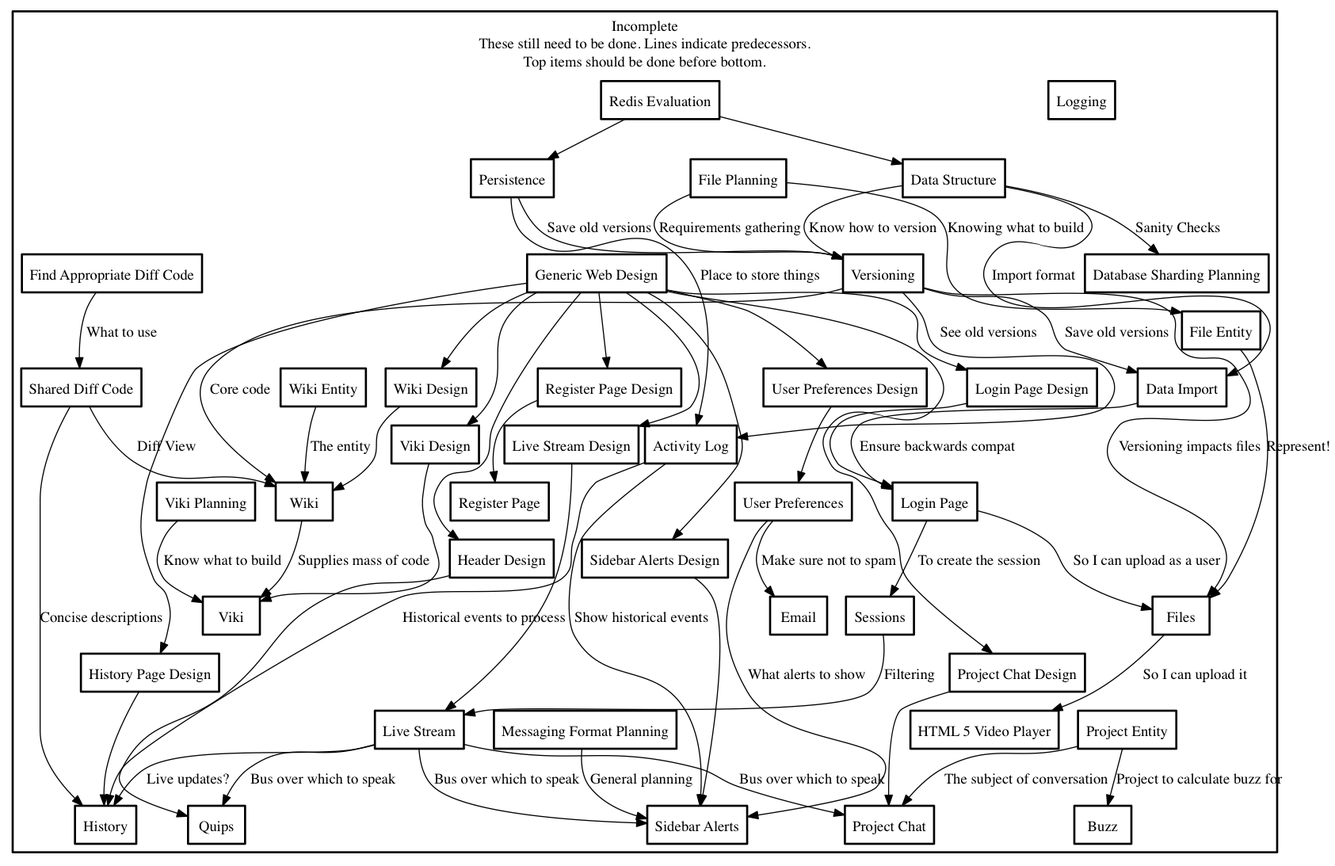
This is needed.png from negativeview/Velour-1.5, a Graphviz export, as it was before one commit. Its source is kept beside it as needed.dot.
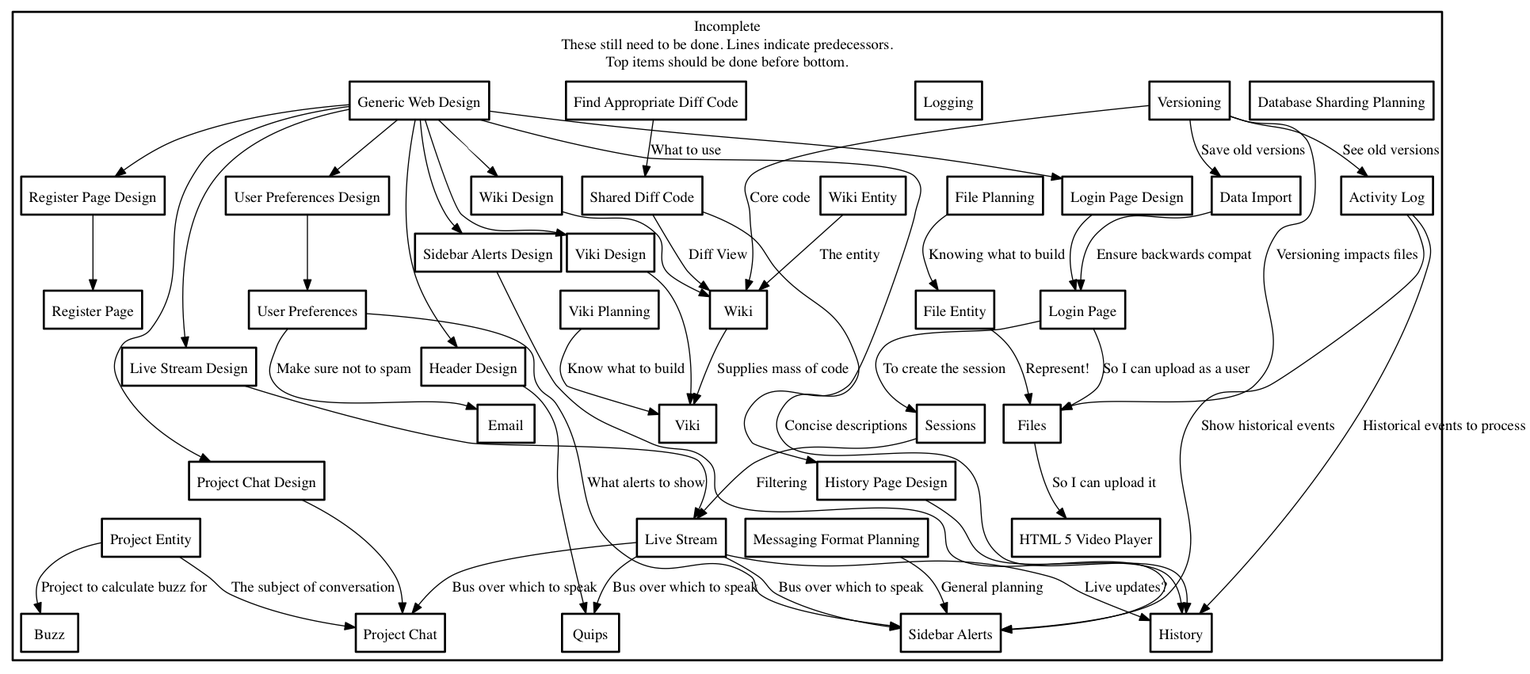
After the change.

Commit message:
Updated style slightly. Updated needed diagram.

Diff of the diagram source:
```diff
@@ -12,7 +12,6 @@
         alert_format_planning [ label="Messaging Format Planning" ];
         buzz [ label="Buzz" ];
         data_import [ label="Data Import" ];
-        data_structure [ label="Data Structure" ];
         database_sharding [ label="Database Sharding Planning" ];
         diff_code [ label="Shared Diff Code"];
         diff_search [ label="Find Appropriate Diff Code"];
@@ -30,11 +29,9 @@
         logging [ label="Logging" ];
         login_page_design [ label = "Login Page Design" ];
         login_page [ label="Login Page" ];
-        persistence [ label="Persistence" ];
         project_chat_design [ label = "Project Chat Design" ];
         project_chat [ label="Project Chat" ];
         project_entity [ label="Project Entity" ];
-        research_redis [ label = "Redis Evaluation" ];
         register_page_design [ label = "Register Page Design" ];
         register_page [ label="Register Page" ];
         sessions [ label="Sessions" ];
@@ -56,15 +53,11 @@
     activity_log->sidebar_alerts [ label = "Show historical events" ];
     alert_format_planning->sidebar_alerts [ label = "General planning" ];
     data_import->login_page [ label = "Ensure backwards compat" ];
-    data_structure->data_import [ label = "Import format" ];
-    data_structure->database_sharding [ label="Sanity Checks" ];
-    data_structure->versioning [ label = "Know how to version" ];
     diff_code->history_tool [ label = "Concise descriptions"];
     diff_code->wiki [ label = "Diff View" ];
     diff_search->diff_code [ label = "What to use"];
     file_entity->files [ label="Represent!" ];
     file_planning->file_entity [ label="Knowing what to build" ];
-    file_planning->versioning [ label = "Requirements gathering" ];
     files->html5_video [ label="So I can upload it" ];
     header_design->header_sayings;
     history_design->history_tool;
@@ -76,13 +69,9 @@
     login_page_design->login_page;
     login_page->files [ label="So I can upload as a user" ];
     login_page->sessions [ label = "To create the session" ];
-    persistence->activity_log [ label="Place to store things" ];
-    persistence->versioning [ label="Save old versions" ];
     project_chat_design->project_chat;
     project_entity->buzz [ label = "Project to calculate buzz for" ];
     project_entity->project_chat [ label = "The subject of conversation" ];
-    research_redis->data_structure;
-    research_redis->persistence;
     register_page_design->register_page;
     sessions->live_stream [ label = "Filtering" ];
     sidebar_alerts_design->sidebar_alerts;
```
